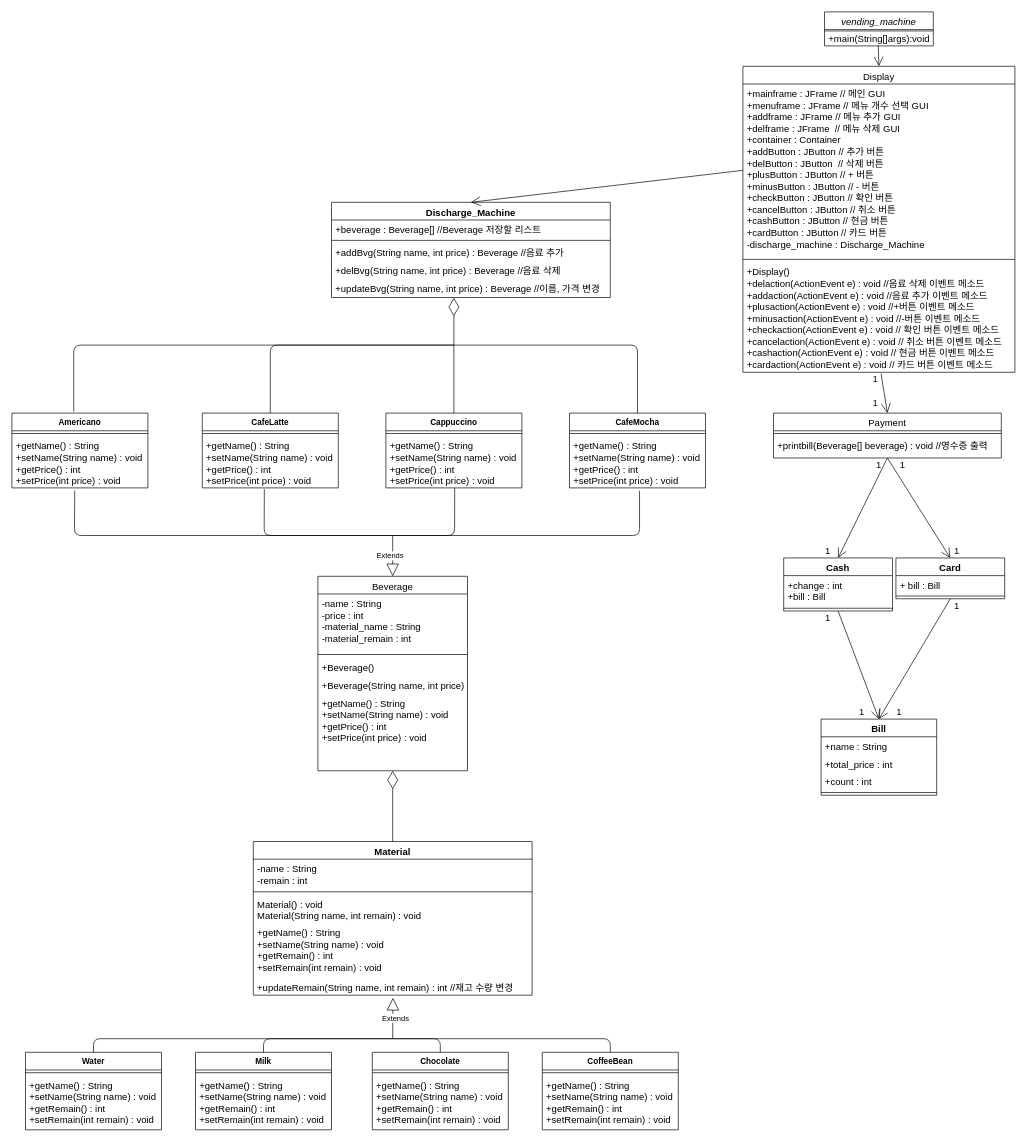
The draw.io diagram Untitled Diagram.drawio in ans2568/Messenger, before the edit. Source tidied: cells renumbered, new cells numbered last; positions are measured from the earlier drawing's top-left corner, leaving out a move shared by most shapes. Both pictures are drawn from the tidied source at 68%, with x=0, y=0 at pixel (12, 12).
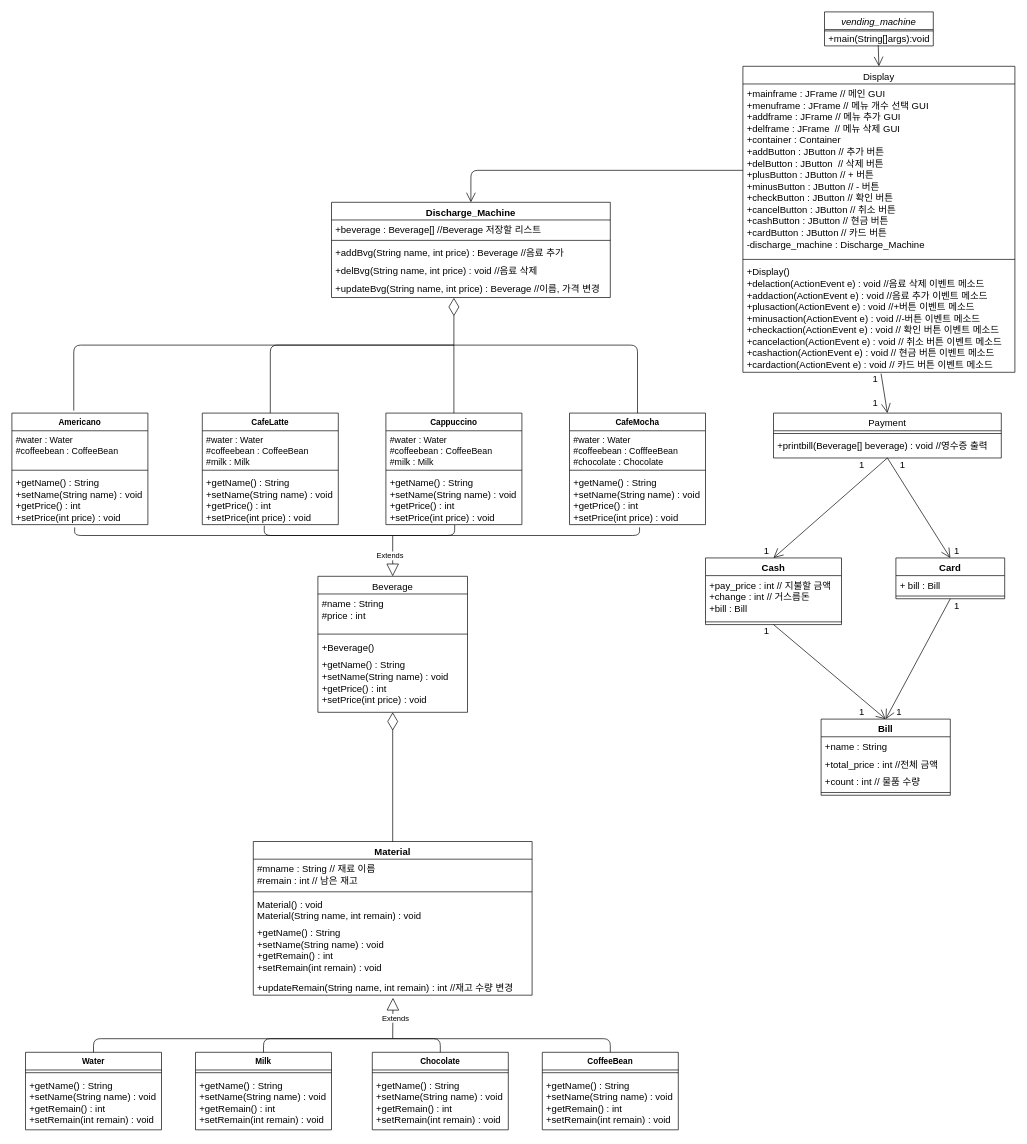
The same page after the edit.

The change refers to these unchanged cells:
```xml
<mxCell id="12" value="+mainframe : JFrame // 메인 GUI&#10;+menuframe : JFrame // 메뉴 개수 선택 GUI&#10;+addframe : JFrame // 메뉴 추가 GUI&#10;+delframe : JFrame  // 메뉴 삭제 GUI&#10;+container : Container&#10;+addButton : JButton // 추가 버튼&#10;+delButton : JButton  // 삭제 버튼&#10;+plusButton : JButton // + 버튼&#10;+minusButton : JButton // - 버튼&#10;+checkButton : JButton // 확인 버튼&#10;+cancelButton : JButton // 취소 버튼&#10;+cashButton : JButton // 현금 버튼&#10;+cardButton : JButton // 카드 버튼&#10;-discharge_machine : Discharge_Machine" style="text;align=left;verticalAlign=top;spacingLeft=4;spacingRight=4;overflow=hidden;points=[[0,0.5],[1,0.5]];portConstraint=eastwest;fontSize=14;" parent="11" vertex="1">
  <mxGeometry y="26" width="400" height="254" as="geometry" />
</mxCell>
<mxCell id="23" value="Discharge_Machine" style="swimlane;fontStyle=1;align=center;verticalAlign=top;horizontal=1;startSize=26;fillColor=#ffffff;html=0;fontSize=14;" parent="1" vertex="1">
  <mxGeometry x="470" y="280" width="410" height="140" as="geometry" />
</mxCell>
<mxCell id="29" value="Material" style="swimlane;fontStyle=1;align=center;verticalAlign=top;horizontal=1;startSize=26;fontSize=14;" parent="1" vertex="1">
  <mxGeometry x="355" y="1220" width="410" height="226" as="geometry" />
</mxCell>
```

Diff of the diagram source:
```diff
@@
     <mxCell id="5" value="Beverage" style="swimlane;fontStyle=0;align=center;verticalAlign=top;horizontal=1;startSize=26;rounded=0;shadow=0;strokeWidth=1;fontSize=14;" parent="1" vertex="1">
-      <mxGeometry x="450" y="830" width="220" height="286" as="geometry" />
+      <mxGeometry x="450" y="830" width="220" height="200" as="geometry" />
     </mxCell>
-    <mxCell id="6" value="-name : String&#10;-price : int&#10;-material_name : String&#10;-material_remain : int" style="text;align=left;verticalAlign=top;spacingLeft=4;spacingRight=4;overflow=hidden;fontSize=14;" parent="5" vertex="1">
-      <mxGeometry y="26" width="220" height="84" as="geometry" />
+    <mxCell id="6" value="#name : String&#10;#price : int&#10;" style="text;align=left;verticalAlign=top;spacingLeft=4;spacingRight=4;overflow=hidden;fontSize=14;" parent="5" vertex="1">
+      <mxGeometry y="26" width="220" height="54" as="geometry" />
     </mxCell>
     <mxCell id="7" style="line;html=1;strokeWidth=1;align=left;verticalAlign=middle;spacingTop=-1;spacingLeft=3;spacingRight=3;labelPosition=right;fontSize=14;" parent="5" vertex="1">
-      <mxGeometry y="110" width="220" height="10" as="geometry" />
+      <mxGeometry y="80" width="220" height="10" as="geometry" />
     </mxCell>
     <mxCell id="8" value="+Beverage()" style="text;align=left;verticalAlign=top;spacingLeft=4;spacingRight=4;overflow=hidden;fontSize=14;" parent="5" vertex="1">
-      <mxGeometry y="120" width="220" height="26" as="geometry" />
+      <mxGeometry y="90" width="220" height="26" as="geometry" />
     </mxCell>
-    <mxCell id="9" value="+Beverage(String name, int price)" style="text;align=left;verticalAlign=top;spacingLeft=4;spacingRight=4;overflow=hidden;fontSize=14;" parent="5" vertex="1">
-      <mxGeometry y="146" width="220" height="26" as="geometry" />
-    </mxCell>
     <mxCell id="10" value="+getName() : String&#10;+setName(String name) : void&#10;+getPrice() : int&#10;+setPrice(int price) : void" style="text;align=left;verticalAlign=top;spacingLeft=4;spacingRight=4;overflow=hidden;fontSize=14;" parent="5" vertex="1">
-      <mxGeometry y="172" width="220" height="76" as="geometry" />
+      <mxGeometry y="116" width="220" height="76" as="geometry" />
     </mxCell>
@@
     <mxCell id="18" value="Bill" style="swimlane;fontStyle=1;align=center;verticalAlign=top;horizontal=1;startSize=26;fillColor=#ffffff;html=0;fontSize=14;" parent="1" vertex="1">
-      <mxGeometry x="1190" y="1040" width="170" height="112" as="geometry" />
+      <mxGeometry x="1190" y="1040" width="190" height="112" as="geometry" />
     </mxCell>
     <mxCell id="19" value="+name : String" style="text;strokeColor=none;fillColor=none;align=left;verticalAlign=top;spacingLeft=4;spacingRight=4;overflow=hidden;fontSize=14;" parent="18" vertex="1">
-      <mxGeometry y="26" width="170" height="26" as="geometry" />
+      <mxGeometry y="26" width="190" height="26" as="geometry" />
     </mxCell>
-    <mxCell id="20" value="+total_price : int" style="text;align=left;verticalAlign=top;spacingLeft=4;spacingRight=4;overflow=hidden;fontSize=14;" parent="18" vertex="1">
-      <mxGeometry y="52" width="170" height="26" as="geometry" />
+    <mxCell id="20" value="+total_price : int //전체 금액" style="text;align=left;verticalAlign=top;spacingLeft=4;spacingRight=4;overflow=hidden;fontSize=14;" parent="18" vertex="1">
+      <mxGeometry y="52" width="190" height="26" as="geometry" />
     </mxCell>
-    <mxCell id="21" value="+count : int" style="text;align=left;verticalAlign=top;spacingLeft=4;spacingRight=4;overflow=hidden;rounded=0;shadow=0;html=0;fontSize=14;" parent="18" vertex="1">
-      <mxGeometry y="78" width="170" height="26" as="geometry" />
+    <mxCell id="21" value="+count : int // 물품 수량" style="text;align=left;verticalAlign=top;spacingLeft=4;spacingRight=4;overflow=hidden;rounded=0;shadow=0;html=0;fontSize=14;" parent="18" vertex="1">
+      <mxGeometry y="78" width="190" height="26" as="geometry" />
     </mxCell>
     <mxCell id="22" style="line;strokeWidth=1;fillColor=none;align=left;verticalAlign=middle;spacingTop=-1;spacingLeft=3;spacingRight=3;labelPosition=right;fontSize=14;" parent="18" vertex="1">
-      <mxGeometry y="104" width="170" height="8" as="geometry" />
+      <mxGeometry y="104" width="190" height="8" as="geometry" />
     </mxCell>
@@
-    <mxCell id="27" value="+delBvg(String name, int price) : Beverage //음료 삭제" style="text;align=left;verticalAlign=top;spacingLeft=4;spacingRight=4;overflow=hidden;fontSize=14;" parent="23" vertex="1">
+    <mxCell id="27" value="+delBvg(String name, int price) : void //음료 삭제" style="text;align=left;verticalAlign=top;spacingLeft=4;spacingRight=4;overflow=hidden;fontSize=14;" parent="23" vertex="1">
       <mxGeometry y="86" width="410" height="26" as="geometry" />
     </mxCell>
@@
-    <mxCell id="30" value="-name : String&#10;-remain : int" style="text;strokeColor=none;fillColor=none;align=left;verticalAlign=top;spacingLeft=4;spacingRight=4;overflow=hidden;fontSize=14;" parent="29" vertex="1">
+    <mxCell id="30" value="#mname : String // 재료 이름&#10;#remain : int // 남은 재고" style="text;strokeColor=none;fillColor=none;align=left;verticalAlign=top;spacingLeft=4;spacingRight=4;overflow=hidden;fontSize=14;" parent="29" vertex="1">
       <mxGeometry y="26" width="410" height="44" as="geometry" />
     </mxCell>
@@
     <mxCell id="35" value="Cash" style="swimlane;fontStyle=1;align=center;verticalAlign=top;horizontal=1;startSize=26;fontSize=14;" parent="1" vertex="1">
-      <mxGeometry x="1135" y="803" width="160" height="78" as="geometry" />
+      <mxGeometry x="1020" y="803" width="200" height="98" as="geometry" />
     </mxCell>
-    <mxCell id="36" value="+change : int&#10;+bill : Bill" style="text;strokeColor=none;fillColor=none;align=left;verticalAlign=top;spacingLeft=4;spacingRight=4;overflow=hidden;fontSize=14;" parent="35" vertex="1">
-      <mxGeometry y="26" width="160" height="44" as="geometry" />
+    <mxCell id="36" value="+pay_price : int // 지불할 금액&#10;+change : int // 거스름돈&#10;+bill : Bill" style="text;strokeColor=none;fillColor=none;align=left;verticalAlign=top;spacingLeft=4;spacingRight=4;overflow=hidden;fontSize=14;" parent="35" vertex="1">
+      <mxGeometry y="26" width="200" height="64" as="geometry" />
     </mxCell>
     <mxCell id="37" style="line;strokeWidth=1;fillColor=none;align=left;verticalAlign=middle;spacingTop=-1;spacingLeft=3;spacingRight=3;labelPosition=right;fontSize=14;" parent="35" vertex="1">
-      <mxGeometry y="70" width="160" height="8" as="geometry" />
+      <mxGeometry y="90" width="200" height="8" as="geometry" />
     </mxCell>
@@
     <mxCell id="46" value="1" style="text;html=1;strokeColor=none;fillColor=none;align=center;verticalAlign=middle;whiteSpace=wrap;rounded=0;fontSize=14;" parent="1" vertex="1">
-      <mxGeometry x="1190" y="881" width="20" height="20" as="geometry" />
+      <mxGeometry x="1100" y="901" width="20" height="20" as="geometry" />
     </mxCell>
@@
     <mxCell id="51" value="1" style="text;html=1;strokeColor=none;fillColor=none;align=center;verticalAlign=middle;whiteSpace=wrap;rounded=0;fontSize=14;" parent="1" vertex="1">
-      <mxGeometry x="1190" y="783" width="20" height="20" as="geometry" />
+      <mxGeometry x="1100" y="783" width="20" height="20" as="geometry" />
     </mxCell>
     <mxCell id="52" value="1" style="text;html=1;strokeColor=none;fillColor=none;align=center;verticalAlign=middle;whiteSpace=wrap;rounded=0;fontSize=14;" parent="1" vertex="1">
-      <mxGeometry x="1265" y="656" width="20" height="20" as="geometry" />
+      <mxGeometry x="1240" y="656" width="20" height="20" as="geometry" />
     </mxCell>
     <mxCell id="53" style="endArrow=open;endFill=1;endSize=12;html=1;entryX=0.5;entryY=0;entryDx=0;entryDy=0;exitX=0;exitY=0.5;exitDx=0;exitDy=0;fontSize=14;" parent="1" edge="1" source="12" target="23">
-      <mxGeometry relative="1" as="geometry" />
+      <mxGeometry relative="1" as="geometry">
+        <Array as="points">
+          <mxPoint x="675" y="233" />
+        </Array>
+      </mxGeometry>
     </mxCell>
@@
     <mxCell id="58" value="Cappuccino" style="swimlane;fontStyle=1;align=center;verticalAlign=top;horizontal=1;startSize=26;" parent="1" vertex="1">
-      <mxGeometry x="550" y="590" width="200" height="110" as="geometry" />
+      <mxGeometry x="550" y="590" width="200" height="164" as="geometry" />
     </mxCell>
+    <mxCell id="98" value="#water : Water&#10;#coffeebean : CoffeeBean&#10;#milk : Milk" style="text;strokeColor=none;fillColor=none;align=left;verticalAlign=top;spacingLeft=4;spacingRight=4;overflow=hidden;fontSize=13;" parent="58" vertex="1">
+      <mxGeometry y="26" width="200" height="54" as="geometry" />
+    </mxCell>
     <mxCell id="59" style="line;strokeWidth=1;fillColor=none;align=left;verticalAlign=middle;spacingTop=-1;spacingLeft=3;spacingRight=3;labelPosition=right;" parent="58" vertex="1">
-      <mxGeometry y="26" width="200" height="8" as="geometry" />
+      <mxGeometry y="80" width="200" height="8" as="geometry" />
     </mxCell>
     <mxCell id="60" value="+getName() : String&#10;+setName(String name) : void&#10;+getPrice() : int&#10;+setPrice(int price) : void" style="text;align=left;verticalAlign=top;spacingLeft=4;spacingRight=4;overflow=hidden;points=[[0,0.5],[1,0.5]];portConstraint=eastwest;fontSize=14;" parent="58" vertex="1">
-      <mxGeometry y="34" width="200" height="76" as="geometry" />
+      <mxGeometry y="88" width="200" height="76" as="geometry" />
     </mxCell>
     <mxCell id="61" value="CafeMocha" style="swimlane;fontStyle=1;align=center;verticalAlign=top;horizontal=1;startSize=26;" parent="1" vertex="1">
-      <mxGeometry x="820" y="590" width="200" height="110" as="geometry" />
+      <mxGeometry x="820" y="590" width="200" height="164" as="geometry" />
     </mxCell>
+    <mxCell id="99" value="#water : Water&#10;#coffeebean : CofffeeBean&#10;#chocolate : Chocolate" style="text;strokeColor=none;fillColor=none;align=left;verticalAlign=top;spacingLeft=4;spacingRight=4;overflow=hidden;fontSize=13;" parent="61" vertex="1">
+      <mxGeometry y="26" width="200" height="54" as="geometry" />
+    </mxCell>
     <mxCell id="62" style="line;strokeWidth=1;fillColor=none;align=left;verticalAlign=middle;spacingTop=-1;spacingLeft=3;spacingRight=3;labelPosition=right;" parent="61" vertex="1">
-      <mxGeometry y="26" width="200" height="8" as="geometry" />
+      <mxGeometry y="80" width="200" height="8" as="geometry" />
     </mxCell>
     <mxCell id="63" value="+getName() : String&#10;+setName(String name) : void&#10;+getPrice() : int&#10;+setPrice(int price) : void" style="text;align=left;verticalAlign=top;spacingLeft=4;spacingRight=4;overflow=hidden;points=[[0,0.5],[1,0.5]];portConstraint=eastwest;fontSize=14;" parent="61" vertex="1">
-      <mxGeometry y="34" width="200" height="76" as="geometry" />
+      <mxGeometry y="88" width="200" height="76" as="geometry" />
     </mxCell>
     <mxCell id="64" value="CafeLatte" style="swimlane;fontStyle=1;align=center;verticalAlign=top;horizontal=1;startSize=26;" parent="1" vertex="1">
-      <mxGeometry x="280" y="590" width="200" height="110" as="geometry" />
+      <mxGeometry x="280" y="590" width="200" height="164" as="geometry" />
     </mxCell>
+    <mxCell id="100" value="#water : Water&#10;#coffeebean : CoffeeBean&#10;#milk : Milk" style="text;strokeColor=none;fillColor=none;align=left;verticalAlign=top;spacingLeft=4;spacingRight=4;overflow=hidden;fontSize=13;" parent="64" vertex="1">
+      <mxGeometry y="26" width="200" height="54" as="geometry" />
+    </mxCell>
     <mxCell id="65" style="line;strokeWidth=1;fillColor=none;align=left;verticalAlign=middle;spacingTop=-1;spacingLeft=3;spacingRight=3;labelPosition=right;" parent="64" vertex="1">
-      <mxGeometry y="26" width="200" height="8" as="geometry" />
+      <mxGeometry y="80" width="200" height="8" as="geometry" />
     </mxCell>
     <mxCell id="66" value="+getName() : String&#10;+setName(String name) : void&#10;+getPrice() : int&#10;+setPrice(int price) : void" style="text;align=left;verticalAlign=top;spacingLeft=4;spacingRight=4;overflow=hidden;points=[[0,0.5],[1,0.5]];portConstraint=eastwest;fontSize=14;" parent="64" vertex="1">
-      <mxGeometry y="34" width="200" height="76" as="geometry" />
+      <mxGeometry y="88" width="200" height="76" as="geometry" />
     </mxCell>
     <mxCell id="67" value="Americano" style="swimlane;fontStyle=1;align=center;verticalAlign=top;horizontal=1;startSize=26;" parent="1" vertex="1">
-      <mxGeometry y="590" width="200" height="110" as="geometry" />
+      <mxGeometry y="590" width="200" height="164" as="geometry" />
     </mxCell>
+    <mxCell id="101" value="#water : Water&#10;#coffeebean : CoffeeBean" style="text;strokeColor=none;fillColor=none;align=left;verticalAlign=top;spacingLeft=4;spacingRight=4;overflow=hidden;fontSize=13;" parent="67" vertex="1">
+      <mxGeometry y="26" width="200" height="54" as="geometry" />
+    </mxCell>
     <mxCell id="68" style="line;strokeWidth=1;fillColor=none;align=left;verticalAlign=middle;spacingTop=-1;spacingLeft=3;spacingRight=3;labelPosition=right;" parent="67" vertex="1">
-      <mxGeometry y="26" width="200" height="8" as="geometry" />
+      <mxGeometry y="80" width="200" height="8" as="geometry" />
     </mxCell>
     <mxCell id="69" value="+getName() : String&#10;+setName(String name) : void&#10;+getPrice() : int&#10;+setPrice(int price) : void" style="text;align=left;verticalAlign=top;spacingLeft=4;spacingRight=4;overflow=hidden;points=[[0,0.5],[1,0.5]];portConstraint=eastwest;fontSize=14;" parent="67" vertex="1">
-      <mxGeometry y="34" width="200" height="76" as="geometry" />
+      <mxGeometry y="88" width="200" height="76" as="geometry" />
     </mxCell>
```
